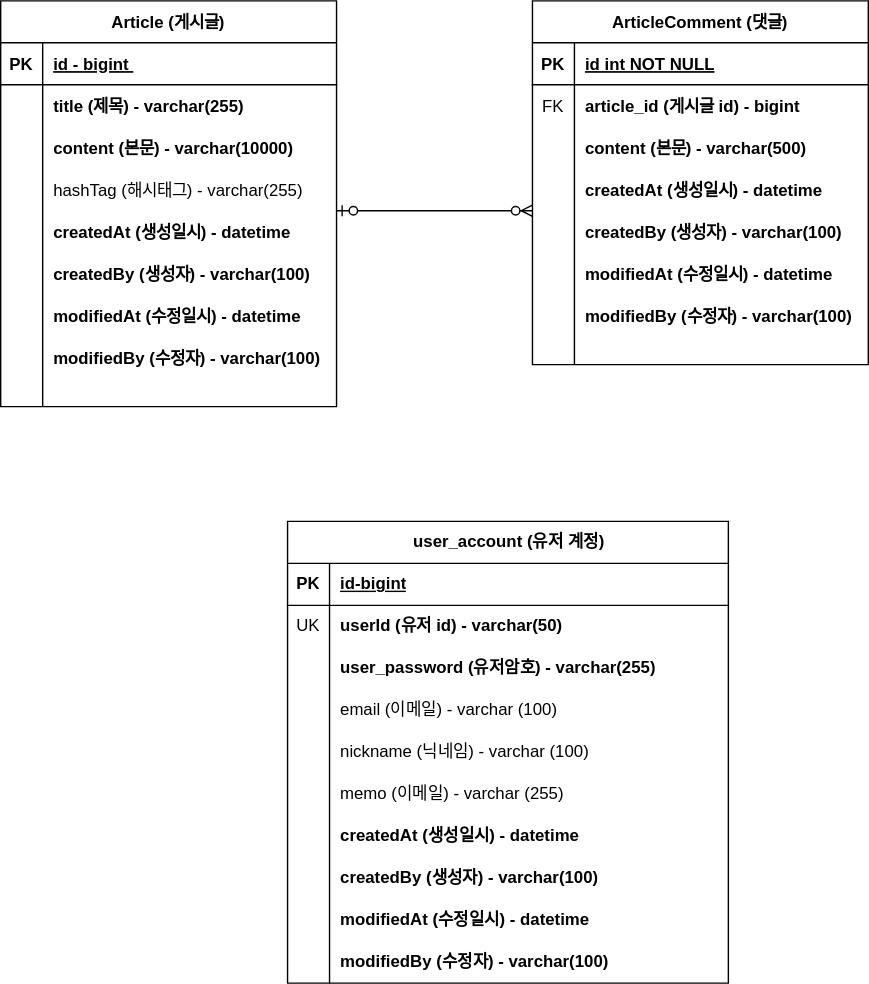
Kim-Soon-Ki/fastcampus-project-board keeps this draw.io diagram as document/project-board-erd.svg. Above is the earlier version. Source tidied: cells renumbered, new cells last; positions are measured from the earlier drawing's top-left corner, leaving out a move shared by most shapes.
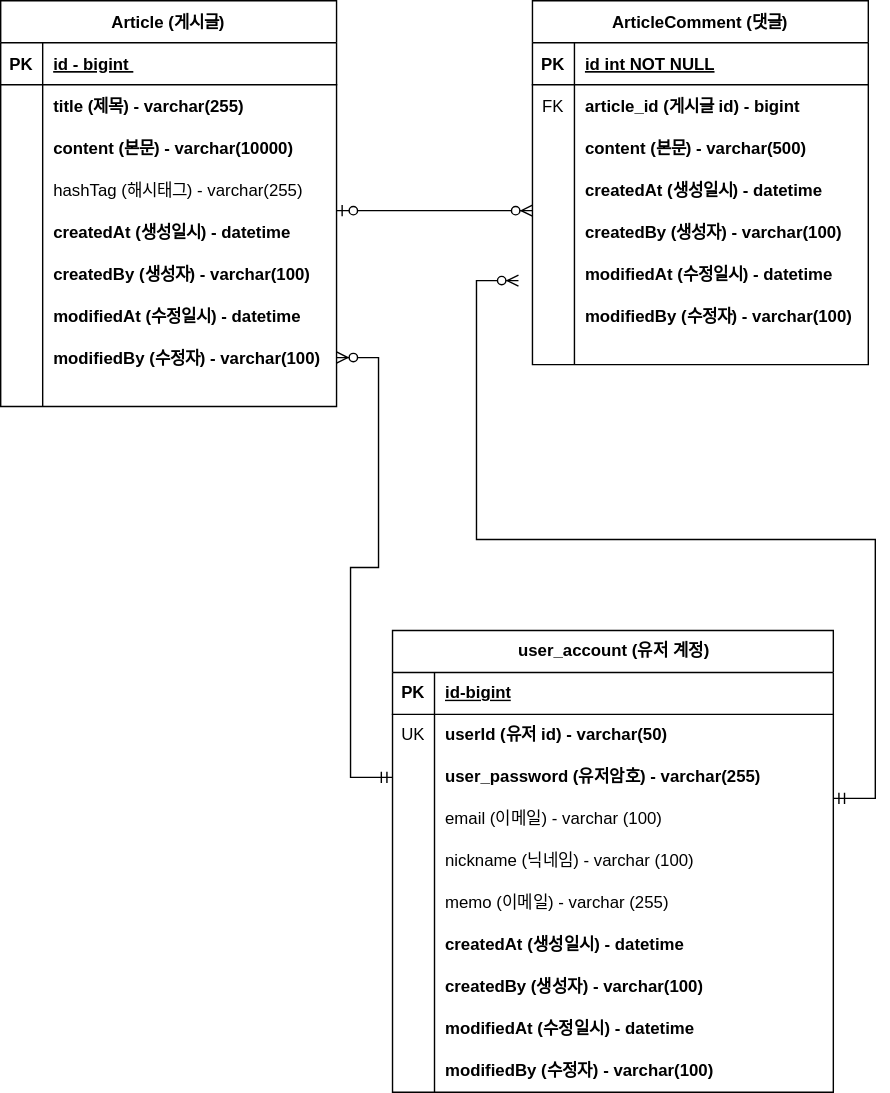
After the change.

The edit, as a diff of the source:
```diff
@@ -3,7 +3,7 @@
     <mxCell id="0" />
     <mxCell id="1" parent="0" />
     <mxCell id="2" value="user_account (유저 계정)" style="shape=table;startSize=30;rowLines=0;fontStyle=1;align=center;html=1;" parent="1" vertex="1">
-      <mxGeometry x="205" y="372" width="315" height="330" as="geometry" />
+      <mxGeometry x="280" y="450" width="315" height="330" as="geometry" />
     </mxCell>
     <mxCell id="3" style="shape=tableRow;horizontal=0;startSize=0;swimlaneHead=0;swimlaneBody=0;fillColor=none;top=0;left=0;right=0;bottom=1;" parent="2" vertex="1">
       <mxGeometry y="30" width="315" height="30" as="geometry" />
@@ -263,6 +263,12 @@
         <mxPoint x="220" y="135" as="targetPoint" />
       </mxGeometry>
     </mxCell>
+    <mxCell id="91" style="edgeStyle=entityRelationEdgeStyle;fontSize=12;html=1;endArrow=ERzeroToMany;startArrow=ERmandOne;rounded=0;exitX=1.008;exitY=0.011;exitDx=0;exitDy=0;exitPerimeter=0;jumpStyle=none;" parent="62" edge="1">
+      <mxGeometry relative="1" as="geometry">
+        <mxPoint x="215" y="570" as="sourcePoint" />
+        <mxPoint x="-10" y="200" as="targetPoint" />
+      </mxGeometry>
+    </mxCell>
     <mxCell id="88" style="edgeStyle=entityRelationEdgeStyle;fontSize=12;html=1;endArrow=ERzeroToMany;startArrow=ERzeroToOne;rounded=0;" parent="1" edge="1">
       <mxGeometry relative="1" as="geometry">
         <mxPoint x="240" y="150" as="sourcePoint" />
@@ -275,5 +281,8 @@
     <mxCell id="90" style="shape=partialRectangle;fillColor=none;top=0;left=0;bottom=0;right=0;overflow=hidden;whiteSpace=wrap;html=1;" parent="89" vertex="1">
       <mxGeometry width="30" height="30" as="geometry" />
     </mxCell>
+    <mxCell id="92" style="edgeStyle=entityRelationEdgeStyle;fontSize=12;html=1;endArrow=ERzeroToMany;startArrow=ERmandOne;rounded=0;entryX=1;entryY=0.5;entryDx=0;entryDy=0;exitX=0;exitY=0.5;exitDx=0;exitDy=0;" parent="1" edge="1" source="9" target="55">
+      <mxGeometry relative="1" as="geometry" />
+    </mxCell>
   </root>
 </mxGraphModel>
```
